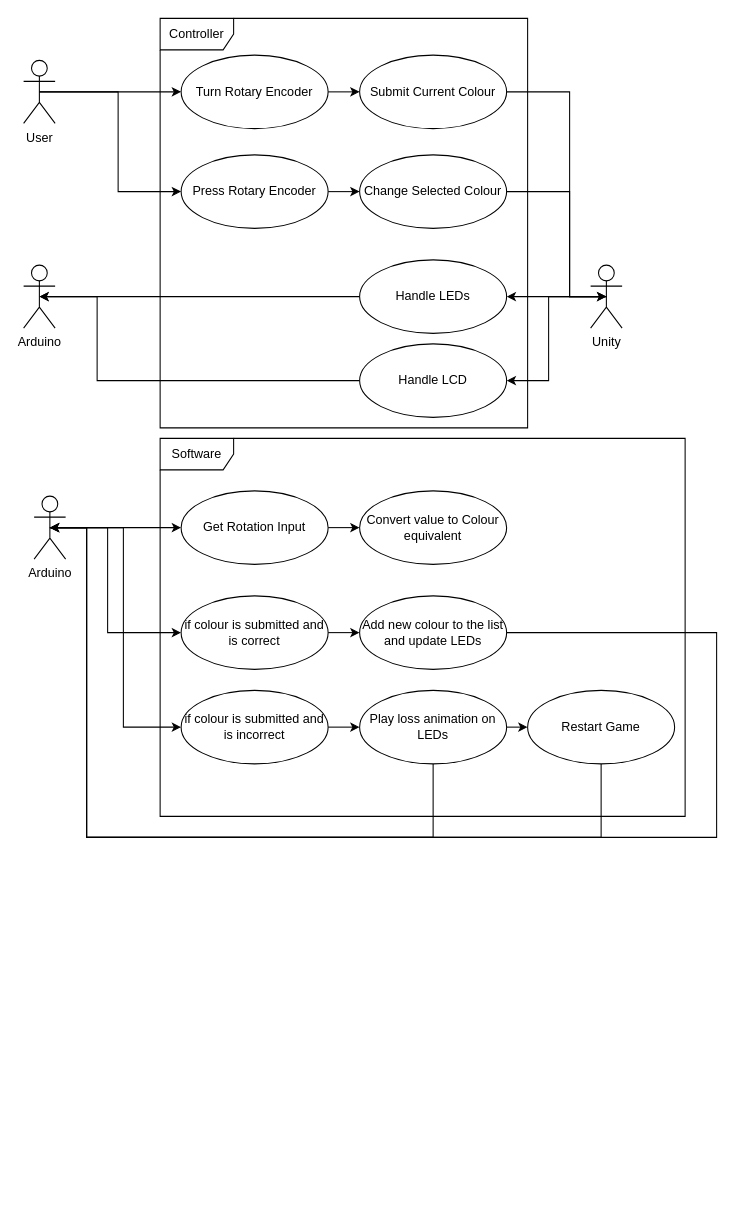
Above: uml-diagrams/case diagram/Case Diagram.drawio in Koltonix/comp140-arduino-controller (draw.io), before the change. Source tidied: cells renumbered, new cells numbered last; positions are measured from the earlier drawing's top-left corner, leaving out a move shared by most shapes. Both pictures are drawn from the tidied source at 105%, with x=0, y=0 at pixel (23, 18).
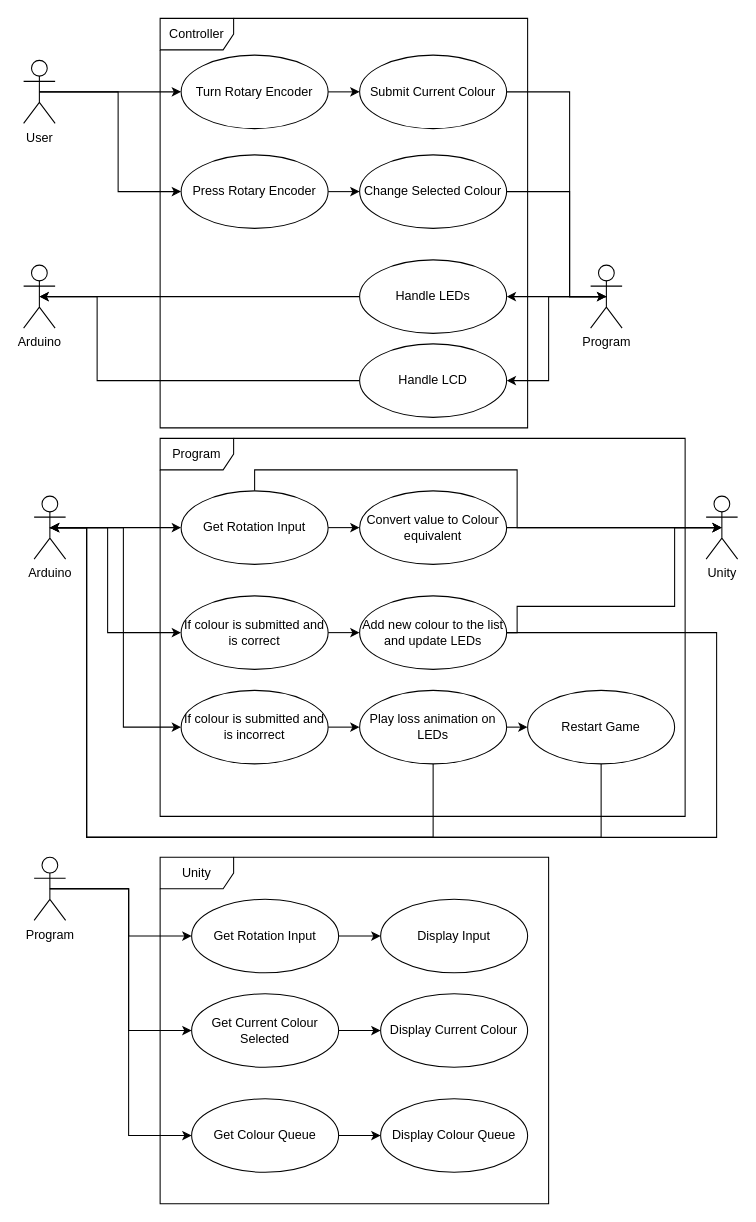
After the change.

Commit message (it also covers changes not shown here):
- Updated the Case Diagram to reflect the changes I've had to integrating the program into the Arduino with C++.

The change refers to these unchanged cells:
```xml
<mxCell id="28" value="Get Rotation Input" style="ellipse;whiteSpace=wrap;html=1;" parent="1" vertex="1">
  <mxGeometry x="150" y="450" width="140" height="70" as="geometry" />
</mxCell>
<mxCell id="29" value="Convert value to Colour equivalent" style="ellipse;whiteSpace=wrap;html=1;" parent="1" vertex="1">
  <mxGeometry x="320" y="450" width="140" height="70" as="geometry" />
</mxCell>
<mxCell id="33" value="Add new colour to the list and update LEDs" style="ellipse;whiteSpace=wrap;html=1;" parent="1" vertex="1">
  <mxGeometry x="320" y="550" width="140" height="70" as="geometry" />
</mxCell>
```

What changed in the source:
```diff
@@
-    <mxCell id="6" value="Software" style="shape=umlFrame;whiteSpace=wrap;html=1;width=70;height=30;" parent="1" vertex="1">
+    <mxCell id="6" value="Program" style="shape=umlFrame;whiteSpace=wrap;html=1;width=70;height=30;" parent="1" vertex="1">
       <mxGeometry x="130" y="400" width="500" height="360" as="geometry" />
     </mxCell>
@@
-    <mxCell id="17" value="Unity" style="shape=umlActor;verticalLabelPosition=bottom;labelBackgroundColor=#ffffff;verticalAlign=top;html=1;" parent="1" vertex="1">
+    <mxCell id="17" value="Program" style="shape=umlActor;verticalLabelPosition=bottom;labelBackgroundColor=#ffffff;verticalAlign=top;html=1;" parent="1" vertex="1">
       <mxGeometry x="540" y="235" width="30" height="60" as="geometry" />
     </mxCell>
@@
+    <mxCell id="41" style="edgeStyle=orthogonalEdgeStyle;rounded=0;jettySize=auto;html=1;exitX=0.5;exitY=0;exitDx=0;exitDy=0;entryX=0.5;entryY=0.5;entryDx=0;entryDy=0;entryPerimeter=0;" parent="1" edge="1" source="28" target="49">
+      <mxGeometry relative="1" as="geometry" />
+    </mxCell>
@@
+    <mxCell id="42" style="edgeStyle=orthogonalEdgeStyle;rounded=0;jettySize=auto;html=1;exitX=1;exitY=0.5;exitDx=0;exitDy=0;entryX=0.5;entryY=0.5;entryDx=0;entryDy=0;entryPerimeter=0;" parent="1" edge="1" source="29" target="49">
+      <mxGeometry relative="1" as="geometry" />
+    </mxCell>
@@
-    <mxCell id="31" value="if colour is submitted and is correct" style="ellipse;whiteSpace=wrap;html=1;" parent="1" vertex="1">
+    <mxCell id="31" value="If colour is submitted and is correct" style="ellipse;whiteSpace=wrap;html=1;" parent="1" vertex="1">
       <mxGeometry x="150" y="550" width="140" height="70" as="geometry" />
     </mxCell>
@@
+    <mxCell id="43" style="edgeStyle=orthogonalEdgeStyle;rounded=0;jettySize=auto;html=1;exitX=1;exitY=0.5;exitDx=0;exitDy=0;entryX=0.5;entryY=0.5;entryDx=0;entryDy=0;entryPerimeter=0;" parent="1" edge="1" source="33" target="49">
+      <mxGeometry relative="1" as="geometry">
+        <Array as="points">
+          <mxPoint x="470" y="585" />
+          <mxPoint x="470" y="560" />
+          <mxPoint x="620" y="560" />
+          <mxPoint x="620" y="485" />
+        </Array>
+      </mxGeometry>
+    </mxCell>
@@
-    <mxCell id="35" value="if colour is submitted and is incorrect" style="ellipse;whiteSpace=wrap;html=1;" parent="1" vertex="1">
+    <mxCell id="35" value="If colour is submitted and is incorrect" style="ellipse;whiteSpace=wrap;html=1;" parent="1" vertex="1">
       <mxGeometry x="150" y="640" width="140" height="70" as="geometry" />
     </mxCell>
@@
+    <mxCell id="44" value="Unity" style="shape=umlFrame;whiteSpace=wrap;html=1;width=70;height=30;" parent="1" vertex="1">
+      <mxGeometry x="130" y="799" width="370" height="330" as="geometry" />
+    </mxCell>
+    <mxCell id="45" style="edgeStyle=orthogonalEdgeStyle;rounded=0;jettySize=auto;html=1;exitX=0.5;exitY=0.5;exitDx=0;exitDy=0;exitPerimeter=0;entryX=0;entryY=0.5;entryDx=0;entryDy=0;" parent="1" edge="1" source="48" target="51">
+      <mxGeometry relative="1" as="geometry" />
+    </mxCell>
+    <mxCell id="46" style="edgeStyle=orthogonalEdgeStyle;rounded=0;jettySize=auto;html=1;exitX=0.5;exitY=0.5;exitDx=0;exitDy=0;exitPerimeter=0;entryX=0;entryY=0.5;entryDx=0;entryDy=0;" parent="1" edge="1" source="48" target="57">
+      <mxGeometry relative="1" as="geometry" />
+    </mxCell>
+    <mxCell id="47" style="edgeStyle=orthogonalEdgeStyle;rounded=0;jettySize=auto;html=1;exitX=0.5;exitY=0.5;exitDx=0;exitDy=0;exitPerimeter=0;entryX=0;entryY=0.5;entryDx=0;entryDy=0;" parent="1" edge="1" source="48" target="53">
+      <mxGeometry relative="1" as="geometry" />
+    </mxCell>
+    <mxCell id="48" value="Program" style="shape=umlActor;verticalLabelPosition=bottom;labelBackgroundColor=#ffffff;verticalAlign=top;html=1;" parent="1" vertex="1">
+      <mxGeometry x="10" y="799" width="30" height="60" as="geometry" />
+    </mxCell>
+    <mxCell id="49" value="Unity" style="shape=umlActor;verticalLabelPosition=bottom;labelBackgroundColor=#ffffff;verticalAlign=top;html=1;" parent="1" vertex="1">
+      <mxGeometry x="650" y="455" width="30" height="60" as="geometry" />
+    </mxCell>
+    <mxCell id="50" style="edgeStyle=orthogonalEdgeStyle;rounded=0;jettySize=auto;html=1;exitX=1;exitY=0.5;exitDx=0;exitDy=0;" parent="1" edge="1" source="51" target="54">
+      <mxGeometry relative="1" as="geometry" />
+    </mxCell>
+    <mxCell id="51" value="Get Rotation Input" style="ellipse;whiteSpace=wrap;html=1;" parent="1" vertex="1">
+      <mxGeometry x="160" y="839" width="140" height="70" as="geometry" />
+    </mxCell>
+    <mxCell id="52" style="edgeStyle=orthogonalEdgeStyle;rounded=0;jettySize=auto;html=1;exitX=1;exitY=0.5;exitDx=0;exitDy=0;entryX=0;entryY=0.5;entryDx=0;entryDy=0;" parent="1" edge="1" source="53" target="58">
+      <mxGeometry relative="1" as="geometry" />
+    </mxCell>
+    <mxCell id="53" value="Get Colour Queue" style="ellipse;whiteSpace=wrap;html=1;" parent="1" vertex="1">
+      <mxGeometry x="160" y="1029" width="140" height="70" as="geometry" />
+    </mxCell>
+    <mxCell id="54" value="Display Input" style="ellipse;whiteSpace=wrap;html=1;" parent="1" vertex="1">
+      <mxGeometry x="340" y="839" width="140" height="70" as="geometry" />
+    </mxCell>
+    <mxCell id="55" value="Display Current Colour" style="ellipse;whiteSpace=wrap;html=1;" parent="1" vertex="1">
+      <mxGeometry x="340" y="929" width="140" height="70" as="geometry" />
+    </mxCell>
+    <mxCell id="56" style="edgeStyle=orthogonalEdgeStyle;rounded=0;jettySize=auto;html=1;exitX=1;exitY=0.5;exitDx=0;exitDy=0;entryX=0;entryY=0.5;entryDx=0;entryDy=0;" parent="1" edge="1" source="57" target="55">
+      <mxGeometry relative="1" as="geometry" />
+    </mxCell>
+    <mxCell id="57" value="Get Current Colour Selected" style="ellipse;whiteSpace=wrap;html=1;" parent="1" vertex="1">
+      <mxGeometry x="160" y="929" width="140" height="70" as="geometry" />
+    </mxCell>
+    <mxCell id="58" value="&lt;div&gt;Display Colour Queue&lt;/div&gt;" style="ellipse;whiteSpace=wrap;html=1;" parent="1" vertex="1">
+      <mxGeometry x="340" y="1029" width="140" height="70" as="geometry" />
+    </mxCell>
```
